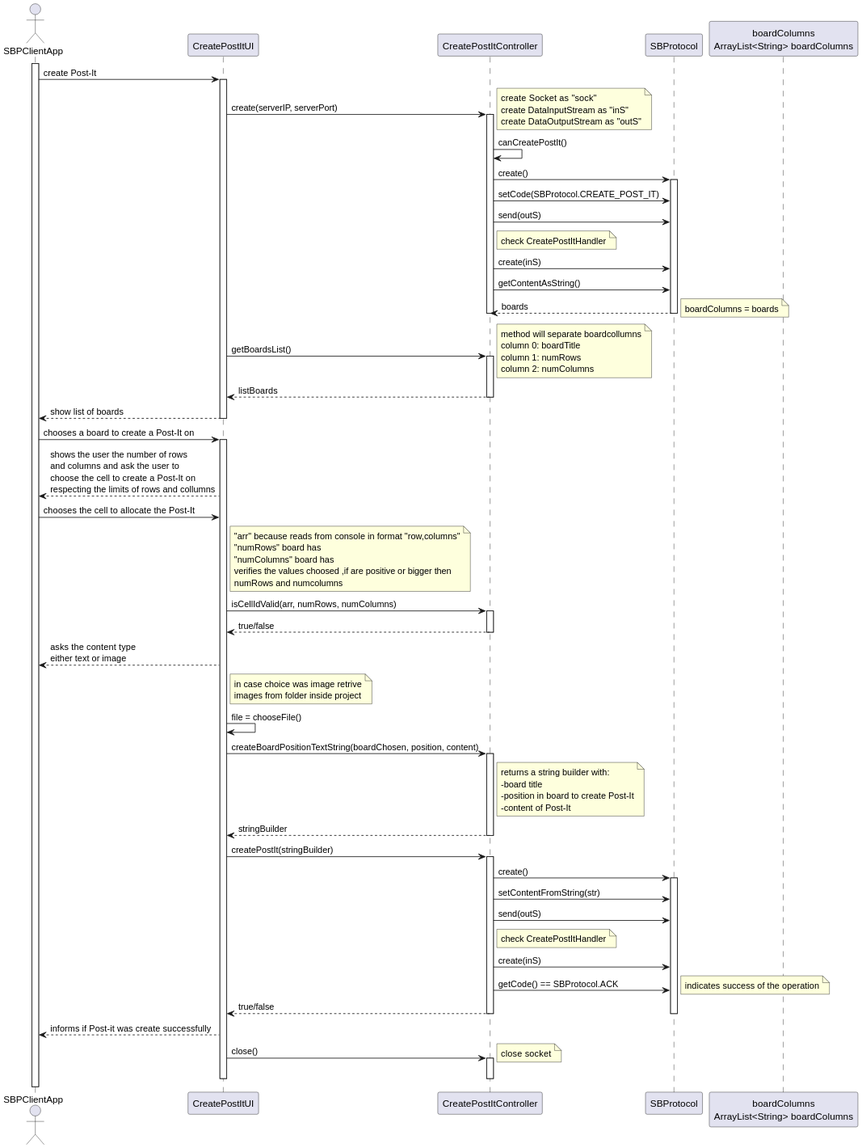
Earlier version of the PlantUML export docs/us_3006/clientSD.svg (jovami/isep-lapr4).
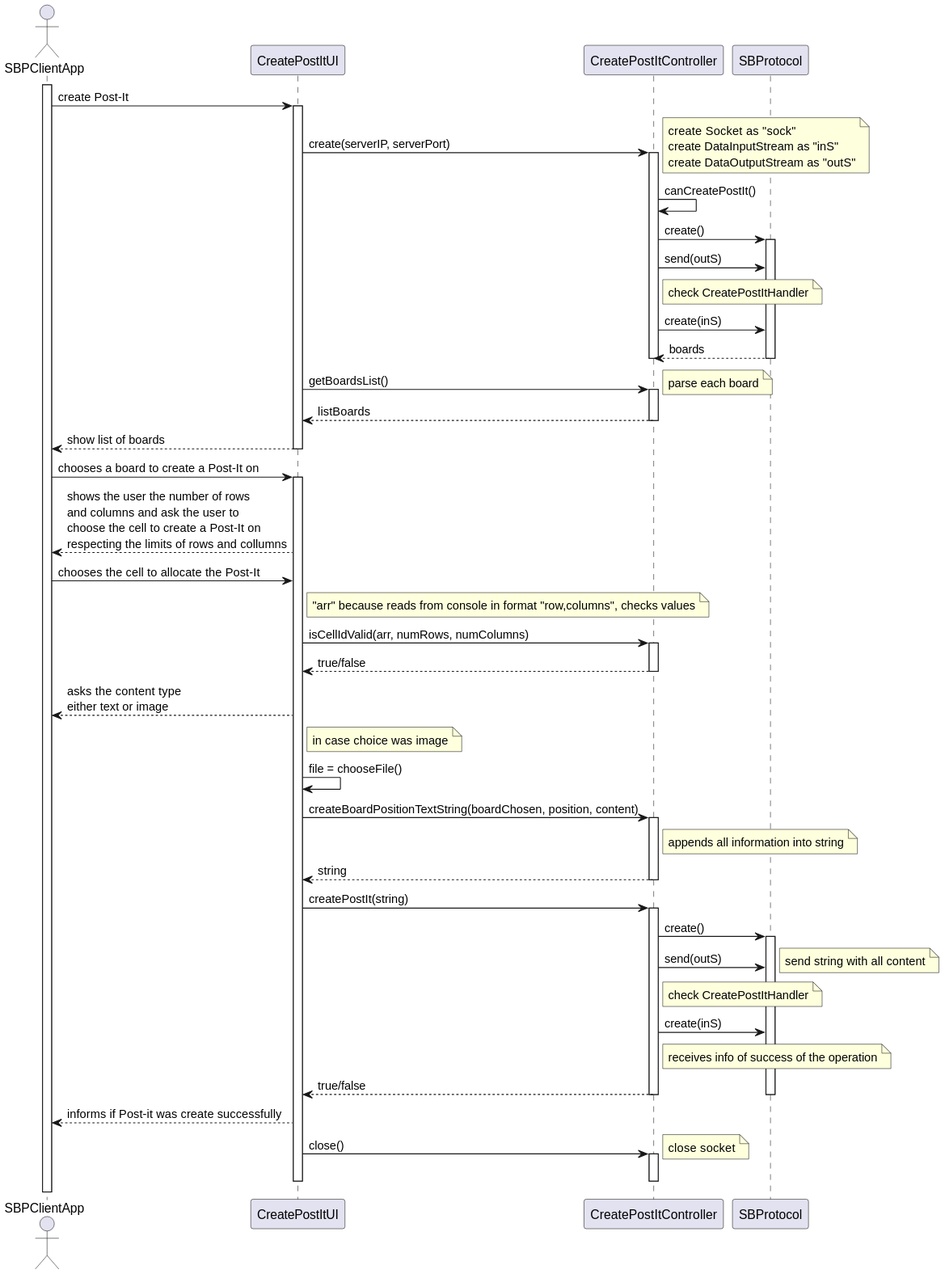
After the commit.

Change to the diagram source:
```diff
@@ -3,7 +3,6 @@
 participant CreatePostItUI as ui
 participant CreatePostItController as ctrl
 participant SBProtocol as sbp
-participant "boardColumns\nArrayList<String> boardColumns" as bc
 
 
 
@@ -18,19 +17,16 @@
 
         ctrl -> sbp : create()
         activate sbp
-            ctrl -> sbp : setCode(SBProtocol.CREATE_POST_IT)
             ctrl -> sbp : send(outS)
             note right of ctrl: check CreatePostItHandler
             ctrl -> sbp : create(inS)
-            ctrl -> sbp :  getContentAsString()
             sbp --> ctrl: boards
-            note right : boardColumns = boards
         deactivate sbp
     deactivate ctrl
 
     ui -> ctrl: getBoardsList()
     activate ctrl
-        note right :method will separate boardcollumns\ncolumn 0: boardTitle\ncolumn 1: numRows\ncolumn 2: numColumns
+        note right : parse each board
         ctrl --> ui: listBoards
 
     deactivate ctrl
@@ -46,7 +42,7 @@
 user -> ui : chooses the cell to allocate the Post-It
 
 
-    note right of ui: "arr" because reads from console in format "row,columns"\n"numRows" board has\n"numColumns" board has\nverifies the values choosed ,if are positive or bigger then\nnumRows and numcolumns
+    note right of ui: "arr" because reads from console in format "row,columns", checks values
     ui -> ctrl : isCellIdValid(arr, numRows, numColumns)
     activate ctrl
         ctrl --> ui : true/false
@@ -55,26 +51,25 @@
 
     ui --> user : asks the content type\neither text or image
 
-    note right of ui: in case choice was image retrive\nimages from folder inside project
+    note right of ui: in case choice was image
     ui -> ui : file = chooseFile()
 
     ui -> ctrl : createBoardPositionTextString(boardChosen, position, content)
     activate ctrl
-        note right of ctrl : returns a string builder with:\n-board title\n-position in board to create Post-It\n-content of Post-It
-        ctrl --> ui : stringBuilder
+        note right of ctrl : appends all information into string
+        ctrl --> ui : string
     deactivate ctrl
 
 
-    ui -> ctrl :createPostIt(stringBuilder)
+    ui -> ctrl :createPostIt(string)
     activate ctrl
         ctrl -> sbp : create()
         activate sbp
-            ctrl -> sbp : setContentFromString(str)
             ctrl -> sbp : send(outS)
             note right of ctrl: check CreatePostItHandler
+            note right :send string with all content
             ctrl -> sbp : create(inS)
-            ctrl -> sbp : getCode() == SBProtocol.ACK
-            note right : indicates success of the operation
+            note right of ctrl : receives info of success of the operation
             ctrl --> ui : true/false
 
         deactivate sbp
```
